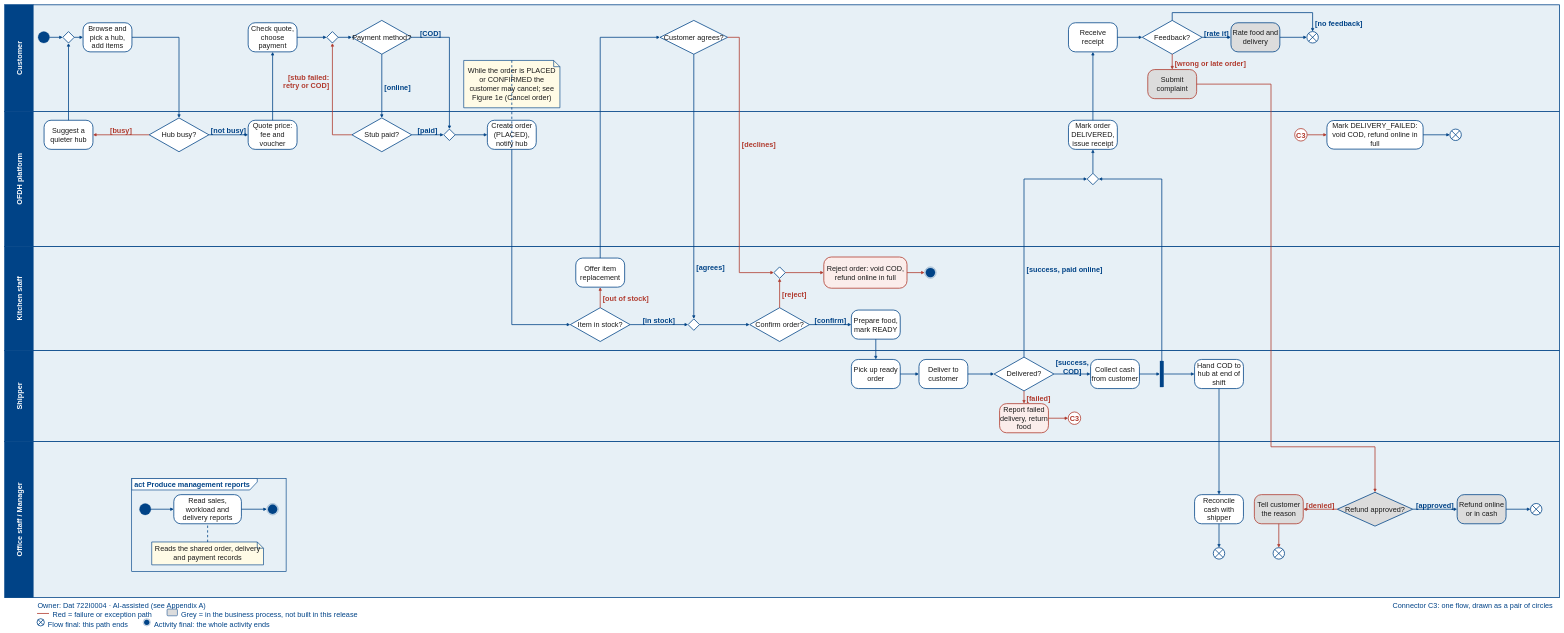
This is page "Full" (1 of 6) of docs/part1/models/SaigonBite_Business_Process.drawio from Dat071104/SaigonBite, a draw.io file, before an edit. Source tidied: cells renumbered, new cells numbered last; positions are measured from the earlier drawing's top-left corner, leaving out a move shared by most shapes. Both pictures are drawn from the tidied source at 26%, with x=0, y=0 at pixel (5, 5).
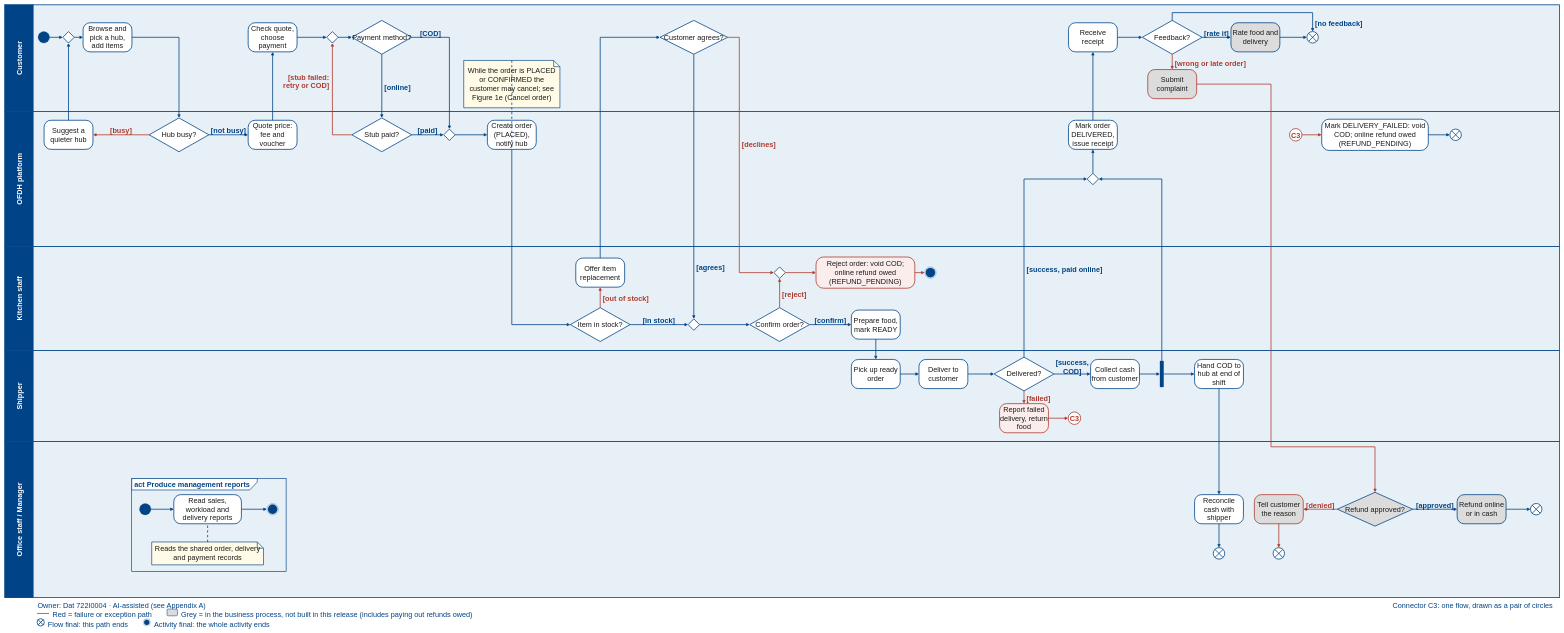
The same page after the edit.

Commit message (it also covers changes not shown here):
Update Part 1 package: second machine passed (Mac), refund owed vs payout, CRUD scenario by person, shorter script

Diff of the diagram source:
```diff
@@
-    <mxCell id="33" value="Reject order: void COD, refund online in full" style="rounded=1;arcSize=24;whiteSpace=wrap;html=0;fillColor=#FBEDEB;strokeColor=#B03A2E;strokeWidth=3;fontColor=#1B1B1B;fontSize=28;" parent="1" vertex="1">
-      <mxGeometry x="3150" y="970" width="320" height="120" as="geometry" />
+    <mxCell id="33" value="Reject order: void COD; online refund owed (REFUND_PENDING)" style="rounded=1;arcSize=24;whiteSpace=wrap;html=0;fillColor=#FBEDEB;strokeColor=#B03A2E;strokeWidth=3;fontColor=#1B1B1B;fontSize=28;" parent="1" vertex="1">
+      <mxGeometry x="3120" y="970" width="380" height="120" as="geometry" />
     </mxCell>
@@
-    <mxCell id="52" value="Mark DELIVERY_FAILED: void COD, refund online in full" style="rounded=1;arcSize=24;whiteSpace=wrap;html=0;fillColor=#FFFFFF;strokeColor=#004387;strokeWidth=3;fontColor=#1B1B1B;fontSize=28;" parent="1" vertex="1">
-      <mxGeometry x="5085" y="445" width="370" height="110" as="geometry" />
+    <mxCell id="52" value="Mark DELIVERY_FAILED: void COD; online refund owed (REFUND_PENDING)" style="rounded=1;arcSize=24;whiteSpace=wrap;html=0;fillColor=#FFFFFF;strokeColor=#004387;strokeWidth=3;fontColor=#1B1B1B;fontSize=28;" parent="1" vertex="1">
+      <mxGeometry x="5065" y="440" width="410" height="120" as="geometry" />
     </mxCell>
@@
     <mxCell id="64" value="C3" style="ellipse;html=0;fillColor=#FFFFFF;strokeColor=#B03A2E;strokeWidth=3;fontStyle=1;fontSize=28;fontColor=#B03A2E;" parent="1" vertex="1">
-      <mxGeometry x="4961" y="476" width="48" height="48" as="geometry" />
+      <mxGeometry x="4941" y="476" width="48" height="48" as="geometry" />
     </mxCell>
@@
-    <mxCell id="145" value="Grey = in the business process, not built in this release" style="text;html=0;align=left;verticalAlign=middle;strokeColor=none;fillColor=none;fontSize=28;fontColor=#004387;" parent="1" vertex="1">
-      <mxGeometry x="676" y="2328" width="690" height="32" as="geometry" />
+    <mxCell id="145" value="Grey = in the business process, not built in this release (includes paying out refunds owed)" style="text;html=0;align=left;verticalAlign=middle;strokeColor=none;fillColor=none;fontSize=28;fontColor=#004387;" parent="1" vertex="1">
+      <mxGeometry x="676" y="2328" width="1132" height="32" as="geometry" />
     </mxCell>
```
